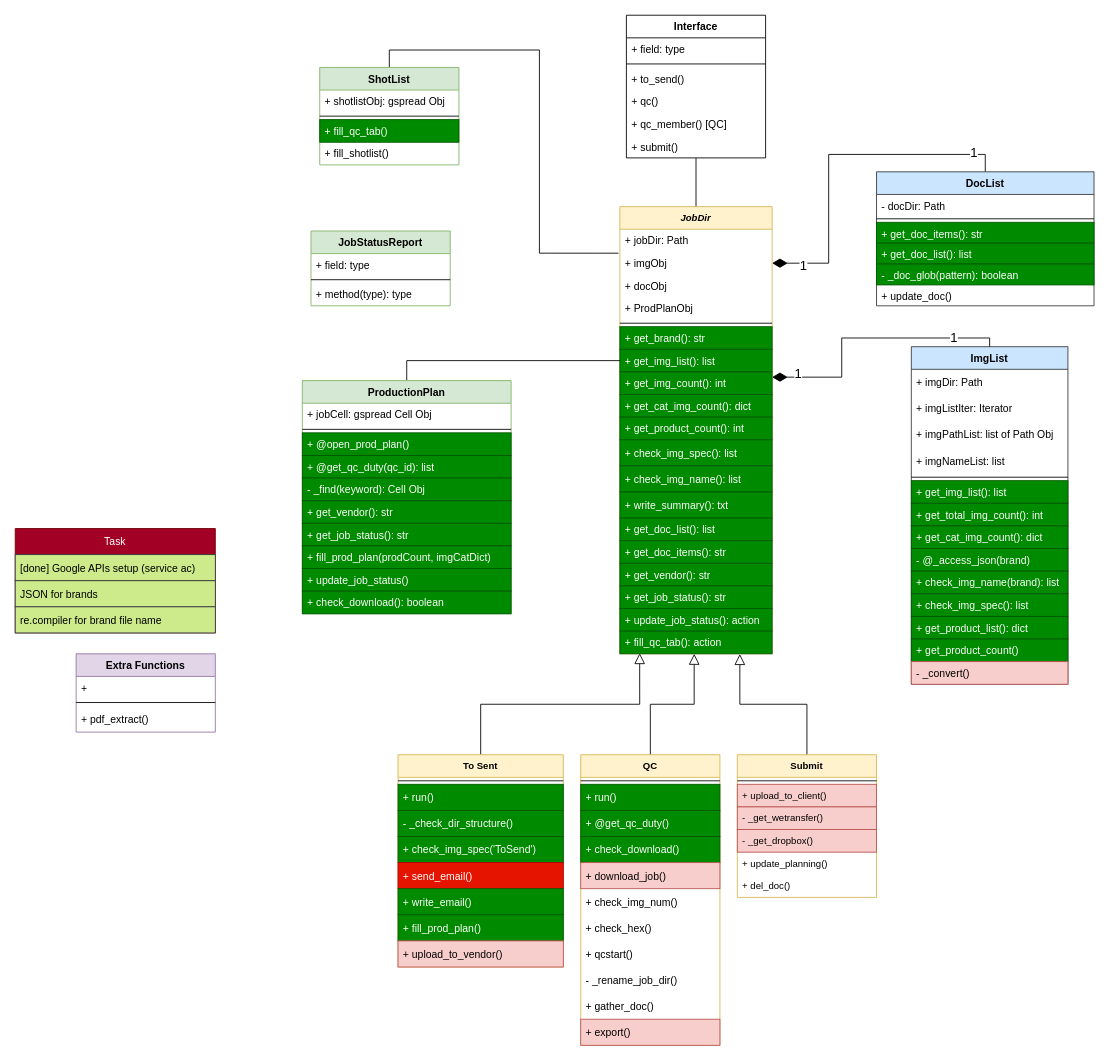
Above: page "Class Diagram" (1 of 2) of IHS Class Diagram.drawio in pugtooone/pyhs (draw.io), before the change. Source tidied: cells renumbered, new cells numbered last; positions are measured from the earlier drawing's top-left corner, leaving out a move shared by most shapes. Both pictures are drawn from the tidied source at 87%, with x=0, y=0 at pixel (15, 15).
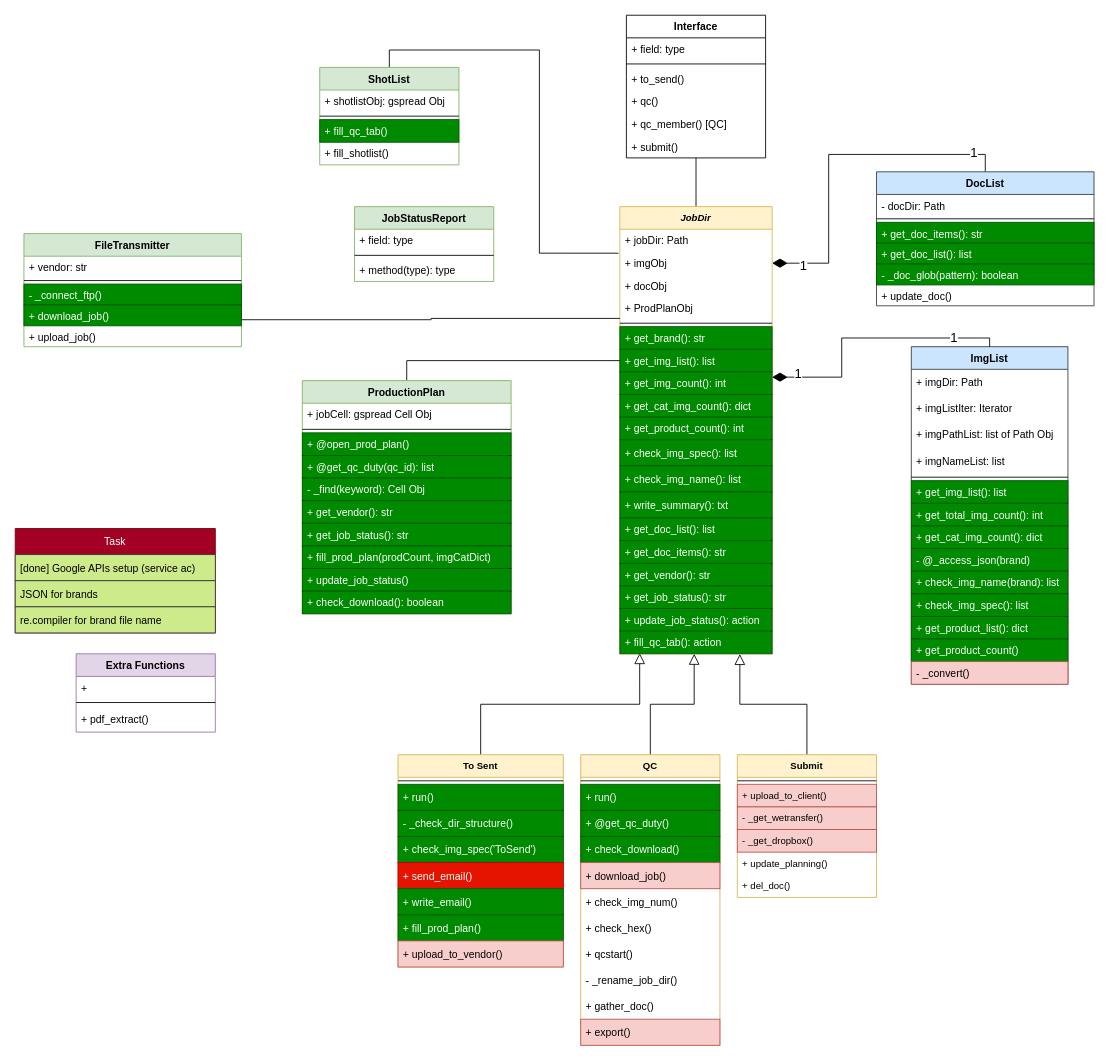
Above is the later version.

Unchanged cells that the change refers to:
```xml
<mxCell id="51" value="JobDir" style="swimlane;fontStyle=3;align=center;verticalAlign=top;horizontal=1;startSize=26;fontSize=11;fillColor=#fff2cc;strokeColor=#d6b656;" parent="1" vertex="1">
  <mxGeometry x="695" y="220" width="175" height="514" as="geometry" />
</mxCell>
```

What changed in the source:
```diff
@@
     <mxCell id="115" value="JobStatusReport" style="swimlane;fontStyle=1;align=center;verticalAlign=top;horizontal=1;startSize=26;fillColor=#d5e8d4;strokeColor=#82b366;" parent="1" vertex="1">
-      <mxGeometry x="340" y="248" width="160" height="86" as="geometry" />
+      <mxGeometry x="390" y="220" width="160" height="86" as="geometry" />
     </mxCell>
@@
+    <mxCell id="119" style="edgeStyle=orthogonalEdgeStyle;rounded=0;jettySize=auto;html=1;exitX=1;exitY=0.5;exitDx=0;exitDy=0;entryX=0;entryY=0.25;entryDx=0;entryDy=0;endArrow=none;endFill=0;" parent="1" edge="1" source="120" target="51">
+      <mxGeometry relative="1" as="geometry">
+        <Array as="points">
+          <mxPoint x="260" y="350" />
+          <mxPoint x="478" y="350" />
+          <mxPoint x="478" y="349" />
+        </Array>
+      </mxGeometry>
+    </mxCell>
+    <mxCell id="120" value="FileTransmitter" style="swimlane;fontStyle=1;align=center;verticalAlign=top;horizontal=1;startSize=26;fillColor=#d5e8d4;strokeColor=#82b366;" parent="1" vertex="1">
+      <mxGeometry x="10" y="251" width="250" height="130" as="geometry" />
+    </mxCell>
+    <mxCell id="121" value="+ vendor: str" style="text;strokeColor=none;fillColor=none;align=left;verticalAlign=top;spacingLeft=4;spacingRight=4;overflow=hidden;" parent="120" vertex="1">
+      <mxGeometry y="26" width="250" height="24" as="geometry" />
+    </mxCell>
+    <mxCell id="122" style="line;strokeWidth=1;fillColor=none;align=left;verticalAlign=middle;spacingTop=-1;spacingLeft=3;spacingRight=3;labelPosition=right;" parent="120" vertex="1">
+      <mxGeometry y="50" width="250" height="8" as="geometry" />
+    </mxCell>
+    <mxCell id="123" value="- _connect_ftp()" style="text;strokeColor=#005700;fillColor=#008a00;align=left;verticalAlign=top;spacingLeft=4;spacingRight=4;overflow=hidden;fontColor=#ffffff;" parent="120" vertex="1">
+      <mxGeometry y="58" width="250" height="24" as="geometry" />
+    </mxCell>
+    <mxCell id="124" value="+ download_job()" style="text;strokeColor=#005700;fillColor=#008a00;align=left;verticalAlign=top;spacingLeft=4;spacingRight=4;overflow=hidden;fontColor=#ffffff;" parent="120" vertex="1">
+      <mxGeometry y="82" width="250" height="24" as="geometry" />
+    </mxCell>
+    <mxCell id="125" value="+ upload_job()" style="text;align=left;verticalAlign=top;spacingLeft=4;spacingRight=4;overflow=hidden;" parent="120" vertex="1">
+      <mxGeometry y="106" width="250" height="24" as="geometry" />
+    </mxCell>
```
